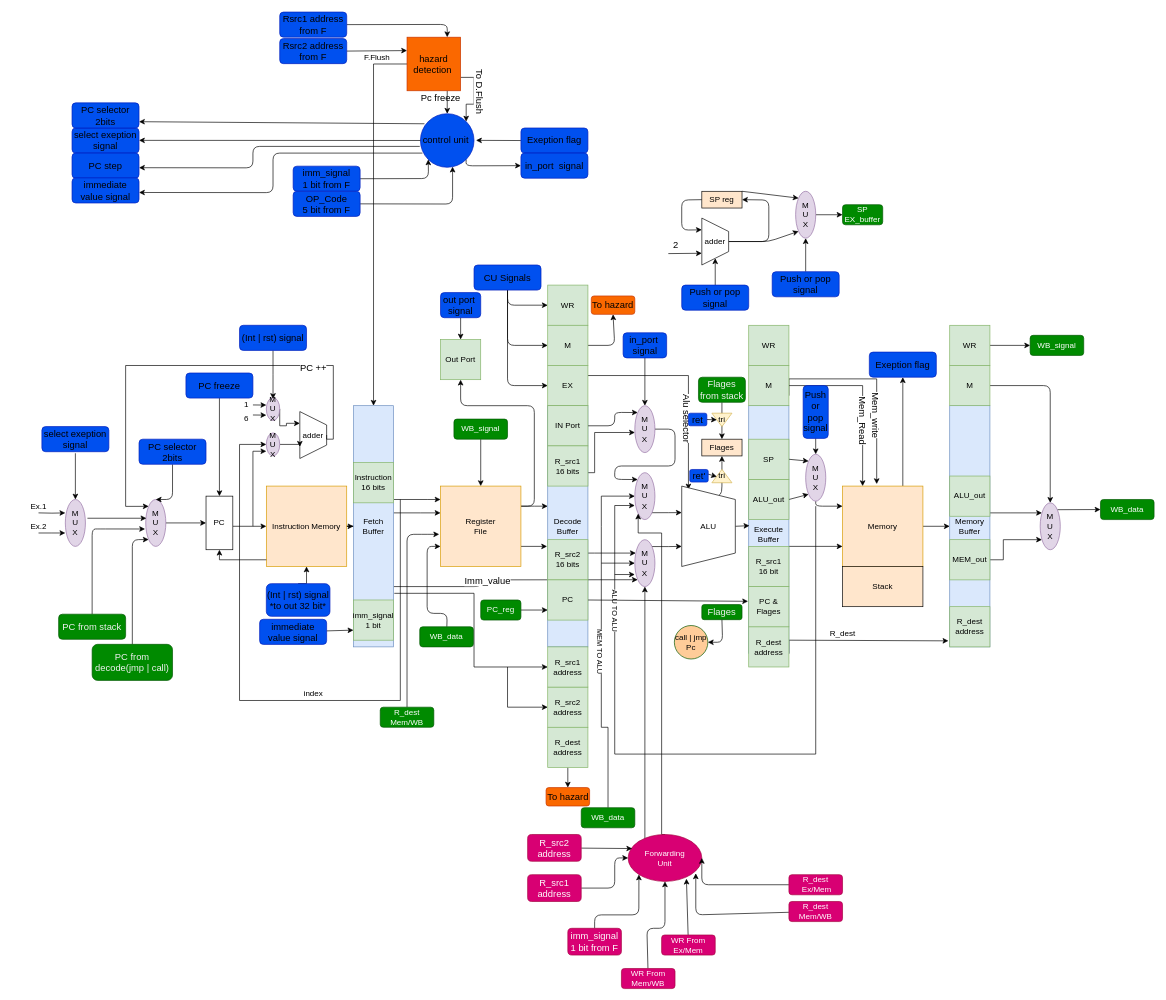
Above: labeled_Schema.drawio in menna15/RISCPiP (draw.io), before the change. Source tidied: cells renumbered, new cells numbered last; positions are measured from the earlier drawing's top-left corner, leaving out a move shared by most shapes. Both pictures are drawn from the tidied source at 67%, with x=0, y=0 at pixel (25, 11).
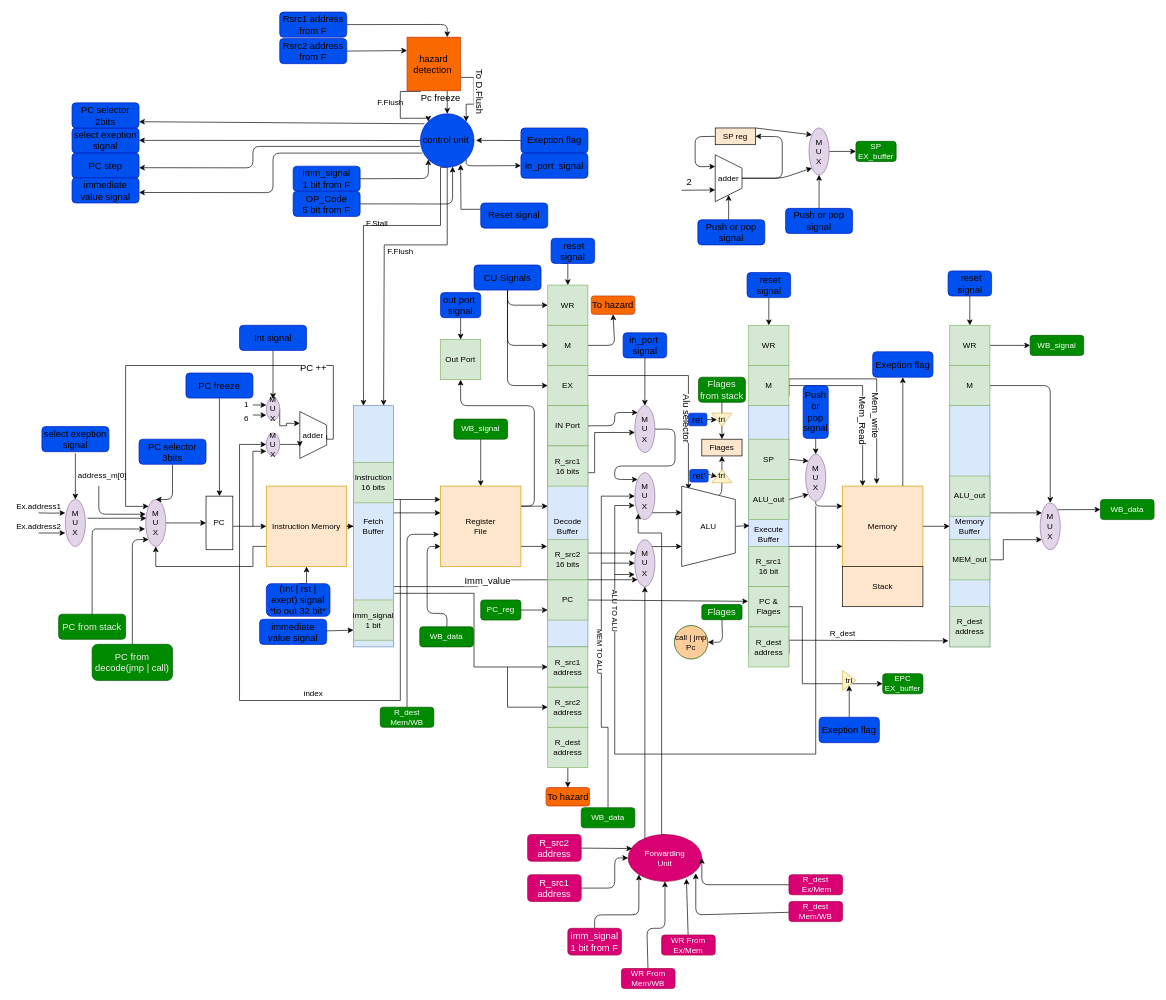
The same diagram, later.

Commit message:
Modifiy schema

Unchanged cells that the change refers to:
```xml
<mxCell id="3" value="&lt;font color=&quot;#000000&quot;&gt;Instruction Memory&lt;/font&gt;" style="whiteSpace=wrap;html=1;fillColor=#ffe6cc;strokeColor=#d79b00;" parent="1" vertex="1">
  <mxGeometry x="360" y="708" width="120" height="120" as="geometry" />
</mxCell>
<mxCell id="5" value="PC" style="rounded=0;whiteSpace=wrap;html=1;direction=south;" parent="1" vertex="1">
  <mxGeometry x="270" y="723" width="40" height="80" as="geometry" />
</mxCell>
<mxCell id="11" value="&lt;div&gt;&lt;font color=&quot;#000000&quot;&gt;Fetch&lt;/font&gt;&lt;/div&gt;&lt;div&gt;&lt;font color=&quot;#000000&quot;&gt;Buffer&lt;/font&gt;&lt;/div&gt;" style="rounded=0;whiteSpace=wrap;html=1;fillColor=#dae8fc;strokeColor=#6c8ebf;" parent="1" vertex="1">
  <mxGeometry x="490" y="588" width="60" height="360" as="geometry" />
</mxCell>
<mxCell id="28" value="&lt;font color=&quot;#000000&quot;&gt;WR&lt;/font&gt;" style="whiteSpace=wrap;html=1;fillColor=#d5e8d4;strokeColor=#82b366;" parent="1" vertex="1">
  <mxGeometry x="780" y="408" width="60" height="60" as="geometry" />
</mxCell>
<mxCell id="56" value="&lt;font color=&quot;#000000&quot;&gt;WR&lt;/font&gt;" style="whiteSpace=wrap;html=1;fillColor=#d5e8d4;strokeColor=#82b366;" parent="1" vertex="1">
  <mxGeometry x="1080" y="468" width="60" height="60" as="geometry" />
</mxCell>
<mxCell id="58" value="&lt;font color=&quot;#000000&quot;&gt;WR&lt;/font&gt;" style="whiteSpace=wrap;html=1;fillColor=#d5e8d4;strokeColor=#82b366;" parent="1" vertex="1">
  <mxGeometry x="1380" y="468" width="60" height="60" as="geometry" />
</mxCell>
<mxCell id="67" value="&lt;div&gt;&lt;font color=&quot;#000000&quot;&gt;M&lt;/font&gt;&lt;/div&gt;&lt;div&gt;&lt;font color=&quot;#000000&quot;&gt;U&lt;/font&gt;&lt;/div&gt;&lt;div&gt;&lt;font color=&quot;#000000&quot;&gt;X&lt;/font&gt;&lt;/div&gt;" style="ellipse;whiteSpace=wrap;html=1;fillColor=#e1d5e7;strokeColor=#9673a6;" parent="1" vertex="1">
  <mxGeometry x="180" y="728" width="30" height="70" as="geometry" />
</mxCell>
<mxCell id="78" value="&lt;font style=&quot;font-size: 14px&quot; color=&quot;#000000&quot;&gt;control unit&amp;nbsp;&lt;/font&gt;" style="ellipse;whiteSpace=wrap;html=1;fillColor=#0050ef;strokeColor=#001DBC;fontColor=#ffffff;" parent="1" vertex="1">
  <mxGeometry x="590" y="152.2" width="80" height="80" as="geometry" />
</mxCell>
<mxCell id="83" value="&lt;font style=&quot;font-size: 14px&quot;&gt;hazard detection&lt;/font&gt;&amp;nbsp;" style="whiteSpace=wrap;html=1;fillColor=#fa6800;strokeColor=#C73500;fontColor=#000000;" parent="1" vertex="1">
  <mxGeometry x="570" y="38" width="80" height="80" as="geometry" />
</mxCell>
<mxCell id="125" value="&lt;font color=&quot;#000000&quot;&gt;PC &amp;amp; Flages&lt;br&gt;&lt;/font&gt;" style="whiteSpace=wrap;html=1;fillColor=#d5e8d4;strokeColor=#82b366;" parent="1" vertex="1">
  <mxGeometry x="1080" y="858" width="60" height="60" as="geometry" />
</mxCell>
```

What changed in the source:
```diff
@@
+    <mxCell id="226" style="edgeStyle=orthogonalEdgeStyle;rounded=0;jettySize=auto;html=1;exitX=0;exitY=0.75;exitDx=0;exitDy=0;entryX=0.5;entryY=1;entryDx=0;entryDy=0;" parent="1" edge="1" source="3" target="67">
+      <mxGeometry relative="1" as="geometry">
+        <Array as="points">
+          <mxPoint x="340" y="798" />
+          <mxPoint x="340" y="828" />
+          <mxPoint x="195" y="828" />
+        </Array>
+      </mxGeometry>
+    </mxCell>
@@
-    <mxCell id="72" value="Ex.1" style="text;html=1;align=center;verticalAlign=middle;fillColor=none;strokeColor=none;rounded=0;" parent="1" vertex="1">
-      <mxGeometry y="728" width="40" height="20" as="geometry" />
+    <mxCell id="72" value="Ex.address1" style="text;html=1;align=center;verticalAlign=middle;fillColor=none;strokeColor=none;rounded=0;" parent="1" vertex="1">
+      <mxGeometry x="-20" y="728" width="80" height="20" as="geometry" />
     </mxCell>
-    <mxCell id="73" value="Ex.2" style="text;html=1;align=center;verticalAlign=middle;fillColor=none;strokeColor=none;rounded=0;" parent="1" vertex="1">
-      <mxGeometry y="758" width="40" height="20" as="geometry" />
+    <mxCell id="73" value="Ex.address2" style="text;html=1;align=center;verticalAlign=middle;fillColor=none;strokeColor=none;rounded=0;" parent="1" vertex="1">
+      <mxGeometry x="-20" y="758" width="80" height="20" as="geometry" />
     </mxCell>
@@
+    <mxCell id="227" style="edgeStyle=orthogonalEdgeStyle;rounded=0;jettySize=auto;html=1;exitX=0.5;exitY=1;exitDx=0;exitDy=0;entryX=0.75;entryY=0;entryDx=0;entryDy=0;" parent="1" edge="1" source="78" target="11">
+      <mxGeometry relative="1" as="geometry">
+        <Array as="points">
+          <mxPoint x="630" y="348" />
+          <mxPoint x="536" y="348" />
+        </Array>
+      </mxGeometry>
+    </mxCell>
+    <mxCell id="228" style="edgeStyle=orthogonalEdgeStyle;rounded=0;jettySize=auto;html=1;exitX=0.5;exitY=1;exitDx=0;exitDy=0;entryX=0.25;entryY=0;entryDx=0;entryDy=0;" parent="1" edge="1" source="78" target="11">
+      <mxGeometry relative="1" as="geometry">
+        <Array as="points">
+          <mxPoint x="620" y="233" />
+          <mxPoint x="620" y="319" />
+          <mxPoint x="505" y="319" />
+        </Array>
+      </mxGeometry>
+    </mxCell>
@@
-    <mxCell id="79" style="edgeStyle=orthogonalEdgeStyle;rounded=0;jettySize=auto;html=1;exitX=0;exitY=0.5;exitDx=0;exitDy=0;entryX=0.5;entryY=0;entryDx=0;entryDy=0;endArrow=classic;endFill=1;" parent="1" edge="1" source="83" target="11">
-      <mxGeometry relative="1" as="geometry" />
-    </mxCell>
@@
+    <mxCell id="229" style="edgeStyle=orthogonalEdgeStyle;rounded=0;jettySize=auto;html=1;exitX=0.25;exitY=1;exitDx=0;exitDy=0;entryX=0;entryY=0;entryDx=0;entryDy=0;" parent="1" edge="1" source="83" target="78">
+      <mxGeometry relative="1" as="geometry">
+        <Array as="points">
+          <mxPoint x="560" y="119" />
+          <mxPoint x="560" y="159" />
+          <mxPoint x="601" y="159" />
+        </Array>
+      </mxGeometry>
+    </mxCell>
@@
-    <mxCell id="84" value="F.Flush" style="text;html=1;align=center;verticalAlign=middle;fillColor=none;strokeColor=none;rounded=0;" parent="1" vertex="1">
-      <mxGeometry x="500" y="58" width="50" height="20" as="geometry" />
+    <mxCell id="84" value="F.Flush" style="text;html=1;align=center;verticalAlign=middle;fillColor=none;strokeColor=none;rounded=0;direction=east;" parent="1" vertex="1">
+      <mxGeometry x="520" y="126" width="50" height="20" as="geometry" />
     </mxCell>
@@
     <mxCell id="112" style="edgeStyle=none;html=1;exitX=0.5;exitY=0;exitDx=0;exitDy=0;entryX=1;entryY=0.5;entryDx=0;entryDy=0;" parent="1" edge="1" source="114" target="121">
       <mxGeometry relative="1" as="geometry">
         <Array as="points">
-          <mxPoint x="1110" y="343" />
-          <mxPoint x="1110" y="281" />
+          <mxPoint x="1130" y="248.5" />
+          <mxPoint x="1130" y="186.5" />
         </Array>
       </mxGeometry>
     </mxCell>
     <mxCell id="113" style="edgeStyle=none;html=1;exitX=0.5;exitY=0;exitDx=0;exitDy=0;entryX=0;entryY=1;entryDx=0;entryDy=0;" parent="1" edge="1" source="114" target="129">
       <mxGeometry relative="1" as="geometry">
         <Array as="points">
-          <mxPoint x="1110" y="343" />
+          <mxPoint x="1130" y="248.5" />
         </Array>
       </mxGeometry>
     </mxCell>
     <mxCell id="114" value="adder" style="shape=trapezoid;perimeter=trapezoidPerimeter;whiteSpace=wrap;html=1;fixedSize=1;direction=south;" parent="1" vertex="1">
-      <mxGeometry x="1010" y="308" width="40" height="70" as="geometry" />
+      <mxGeometry x="1030" y="213.5" width="40" height="70" as="geometry" />
     </mxCell>
@@
     <mxCell id="119" style="edgeStyle=none;html=1;exitX=0;exitY=0.5;exitDx=0;exitDy=0;entryX=0.25;entryY=1;entryDx=0;entryDy=0;" parent="1" edge="1" source="121" target="114">
       <mxGeometry relative="1" as="geometry">
         <Array as="points">
-          <mxPoint x="980" y="281" />
-          <mxPoint x="980" y="326" />
+          <mxPoint x="1000" y="186.5" />
+          <mxPoint x="1000" y="231.5" />
         </Array>
       </mxGeometry>
     </mxCell>
@@
     <mxCell id="121" value="&lt;font color=&quot;#000000&quot;&gt;SP reg&lt;/font&gt;" style="rounded=0;whiteSpace=wrap;html=1;fillColor=#FFE6CC;" parent="1" vertex="1">
-      <mxGeometry x="1010" y="268" width="60" height="25" as="geometry" />
+      <mxGeometry x="1030" y="173.5" width="60" height="25" as="geometry" />
     </mxCell>
     <mxCell id="122" style="endArrow=classic;html=1;entryX=0.75;entryY=1;entryDx=0;entryDy=0;" parent="1" edge="1" target="114">
       <mxGeometry relative="1" as="geometry">
-        <mxPoint x="960" y="361" as="sourcePoint" />
+        <mxPoint x="980" y="266.5" as="sourcePoint" />
       </mxGeometry>
     </mxCell>
@@
-    <mxCell id="124" style="endArrow=classic;html=1;entryX=1;entryY=0.5;entryDx=0;entryDy=0;exitX=0.5;exitY=0;exitDx=0;exitDy=0;" parent="1" edge="1" source="176" target="114">
-      <mxGeometry relative="1" as="geometry" />
+    <mxCell id="124" style="endArrow=classic;html=1;entryX=1;entryY=0.5;entryDx=0;entryDy=0;exitX=0.5;exitY=0;exitDx=0;exitDy=0;" parent="1" edge="1" target="114">
+      <mxGeometry relative="1" as="geometry">
+        <mxPoint x="1050" y="313.5" as="sourcePoint" />
+      </mxGeometry>
     </mxCell>
+    <mxCell id="230" style="edgeStyle=orthogonalEdgeStyle;rounded=0;jettySize=auto;html=1;exitX=1;exitY=0.5;exitDx=0;exitDy=0;entryX=0;entryY=0.5;entryDx=0;entryDy=0;" parent="1" edge="1" source="125" target="235">
+      <mxGeometry relative="1" as="geometry">
+        <Array as="points">
+          <mxPoint x="1160" y="888" />
+          <mxPoint x="1160" y="1003" />
+        </Array>
+      </mxGeometry>
+    </mxCell>
@@
     <mxCell id="128" style="edgeStyle=none;html=1;exitX=1;exitY=0.5;exitDx=0;exitDy=0;" parent="1" edge="1" source="129">
       <mxGeometry relative="1" as="geometry">
-        <mxPoint x="1220" y="303" as="targetPoint" />
+        <mxPoint x="1240" y="208.5" as="targetPoint" />
       </mxGeometry>
     </mxCell>
     <mxCell id="129" value="&lt;div&gt;&lt;font color=&quot;#000000&quot;&gt;M&lt;/font&gt;&lt;/div&gt;&lt;div&gt;&lt;font color=&quot;#000000&quot;&gt;U&lt;/font&gt;&lt;/div&gt;&lt;div&gt;&lt;font color=&quot;#000000&quot;&gt;X&lt;/font&gt;&lt;/div&gt;" style="ellipse;whiteSpace=wrap;html=1;fillColor=#e1d5e7;strokeColor=#9673a6;" parent="1" vertex="1">
-      <mxGeometry x="1150" y="268" width="30" height="70" as="geometry" />
+      <mxGeometry x="1170" y="173.5" width="30" height="70" as="geometry" />
     </mxCell>
@@
-    <mxCell id="139" value="&lt;span style=&quot;font-size: 14px&quot;&gt;&lt;font color=&quot;#000000&quot;&gt;PC selector 2bits&lt;/font&gt;&lt;/span&gt;" style="rounded=1;whiteSpace=wrap;html=1;fillColor=#0050ef;strokeColor=#001DBC;fontColor=#ffffff;" parent="1" vertex="1">
+    <mxCell id="139" value="&lt;span style=&quot;font-size: 14px&quot;&gt;&lt;font color=&quot;#000000&quot;&gt;PC selector 3bits&lt;/font&gt;&lt;/span&gt;" style="rounded=1;whiteSpace=wrap;html=1;fillColor=#0050ef;strokeColor=#001DBC;fontColor=#ffffff;" parent="1" vertex="1">
       <mxGeometry x="170" y="638" width="100" height="37.5" as="geometry" />
     </mxCell>
@@
     <mxCell id="175" value="SP EX_buffer" style="rounded=1;whiteSpace=wrap;html=1;fillColor=#008a00;strokeColor=#005700;fontColor=#ffffff;" parent="1" vertex="1">
-      <mxGeometry x="1220" y="288" width="60" height="30" as="geometry" />
+      <mxGeometry x="1240" y="193.5" width="60" height="30" as="geometry" />
     </mxCell>
     <mxCell id="176" value="&lt;span style=&quot;font-size: 14px&quot;&gt;&lt;font color=&quot;#000000&quot;&gt;Push or pop signal&lt;/font&gt;&lt;/span&gt;" style="rounded=1;whiteSpace=wrap;html=1;fillColor=#0050ef;strokeColor=#001DBC;fontColor=#ffffff;" parent="1" vertex="1">
-      <mxGeometry x="980" y="408" width="100" height="37.5" as="geometry" />
+      <mxGeometry x="1004" y="310.5" width="100" height="37.5" as="geometry" />
     </mxCell>
     <mxCell id="177" value="&lt;span style=&quot;font-size: 14px&quot;&gt;&lt;font color=&quot;#000000&quot;&gt;Push or pop signal&lt;/font&gt;&lt;/span&gt;" style="rounded=1;whiteSpace=wrap;html=1;fillColor=#0050ef;strokeColor=#001DBC;fontColor=#ffffff;" parent="1" vertex="1">
-      <mxGeometry x="1115" y="388" width="100" height="37.5" as="geometry" />
+      <mxGeometry x="1135" y="293.5" width="100" height="37.5" as="geometry" />
     </mxCell>
     <mxCell id="178" value="&lt;span style=&quot;font-size: 14px&quot;&gt;&lt;font color=&quot;#000000&quot;&gt;Exeption flag&lt;/font&gt;&lt;/span&gt;" style="rounded=1;whiteSpace=wrap;html=1;fillColor=#0050ef;strokeColor=#001DBC;fontColor=#ffffff;" parent="1" vertex="1">
-      <mxGeometry x="1260" y="508" width="100" height="37.5" as="geometry" />
+      <mxGeometry x="1265" y="507.5" width="90" height="38" as="geometry" />
     </mxCell>
@@
-    <mxCell id="216" value="&lt;span style=&quot;font-size: 14px&quot;&gt;&lt;font color=&quot;#000000&quot;&gt;(Int | rst) signal&lt;/font&gt;&lt;/span&gt;" style="rounded=1;whiteSpace=wrap;html=1;fillColor=#0050ef;strokeColor=#001DBC;fontColor=#ffffff;" parent="1" vertex="1">
+    <mxCell id="216" value="&lt;span style=&quot;font-size: 14px&quot;&gt;&lt;font color=&quot;#000000&quot;&gt;Int signal&lt;/font&gt;&lt;/span&gt;" style="rounded=1;whiteSpace=wrap;html=1;fillColor=#0050ef;strokeColor=#001DBC;fontColor=#ffffff;" parent="1" vertex="1">
       <mxGeometry x="320" y="468" width="100" height="37.5" as="geometry" />
     </mxCell>
-    <mxCell id="217" style="edgeStyle=orthogonalEdgeStyle;rounded=0;jettySize=auto;html=1;entryX=1;entryY=0.5;entryDx=0;entryDy=0;" parent="1" edge="1" source="3" target="5">
-      <mxGeometry relative="1" as="geometry">
-        <Array as="points">
-          <mxPoint x="290" y="818" />
-        </Array>
-      </mxGeometry>
-    </mxCell>
@@
-    <mxCell id="219" value="&lt;span style=&quot;color: rgb(0 , 0 , 0) ; font-size: 14px&quot;&gt;(Int | rst)&lt;/span&gt;&lt;font color=&quot;#000000&quot;&gt;&lt;span style=&quot;font-size: 14px&quot;&gt;&amp;nbsp;signal *to out 32 bit*&lt;/span&gt;&lt;/font&gt;" style="rounded=1;whiteSpace=wrap;html=1;fillColor=#0050ef;strokeColor=#001DBC;fontColor=#ffffff;" parent="1" vertex="1">
+    <mxCell id="219" value="&lt;span style=&quot;color: rgb(0 , 0 , 0) ; font-size: 14px&quot;&gt;(Int | rst | exept)&lt;/span&gt;&lt;font color=&quot;#000000&quot;&gt;&lt;span style=&quot;font-size: 14px&quot;&gt;&amp;nbsp;signal *to out 32 bit*&lt;/span&gt;&lt;/font&gt;" style="rounded=1;whiteSpace=wrap;html=1;fillColor=#0050ef;strokeColor=#001DBC;fontColor=#ffffff;" parent="1" vertex="1">
       <mxGeometry x="360" y="853.6" width="95" height="48.8" as="geometry" />
     </mxCell>
@@
+    <mxCell id="231" style="endArrow=classic;html=1;entryX=0;entryY=0.314;entryDx=0;entryDy=0;entryPerimeter=0;" parent="1" edge="1" target="67">
+      <mxGeometry relative="1" as="geometry">
+        <mxPoint x="110" y="708" as="sourcePoint" />
+        <Array as="points">
+          <mxPoint x="110" y="750" />
+        </Array>
+      </mxGeometry>
+    </mxCell>
+    <mxCell id="232" value="address_m[0]" style="text;html=1;align=center;verticalAlign=middle;fillColor=none;strokeColor=none;rounded=0;" parent="1" vertex="1">
+      <mxGeometry x="70" y="682.5" width="90" height="20" as="geometry" />
+    </mxCell>
+    <mxCell id="233" value="F.Stall" style="text;html=1;align=center;verticalAlign=middle;fillColor=none;strokeColor=none;rounded=0;direction=east;" parent="1" vertex="1">
+      <mxGeometry x="500" y="305.5" width="50" height="20" as="geometry" />
+    </mxCell>
+    <mxCell id="234" value="F.Flush" style="text;html=1;align=center;verticalAlign=middle;fillColor=none;strokeColor=none;rounded=0;direction=east;" parent="1" vertex="1">
+      <mxGeometry x="535" y="348" width="50" height="20" as="geometry" />
+    </mxCell>
+    <mxCell id="235" value="EPC EX_buffer" style="rounded=1;whiteSpace=wrap;html=1;fillColor=#008a00;strokeColor=#005700;fontColor=#ffffff;" parent="1" vertex="1">
+      <mxGeometry x="1280" y="988" width="60" height="30" as="geometry" />
+    </mxCell>
+    <mxCell id="236" value="&lt;font color=&quot;#000000&quot;&gt;tri&lt;/font&gt;" style="triangle;whiteSpace=wrap;html=1;fillColor=#fff2cc;strokeColor=#d6b656;direction=east;" parent="1" vertex="1">
+      <mxGeometry x="1220" y="983" width="20" height="30" as="geometry" />
+    </mxCell>
+    <mxCell id="237" style="edgeStyle=orthogonalEdgeStyle;rounded=0;jettySize=auto;html=1;exitX=0.5;exitY=0;exitDx=0;exitDy=0;entryX=0.5;entryY=1;entryDx=0;entryDy=0;" parent="1" edge="1" source="238" target="236">
+      <mxGeometry relative="1" as="geometry" />
+    </mxCell>
+    <mxCell id="238" value="&lt;span style=&quot;font-size: 14px&quot;&gt;&lt;font color=&quot;#000000&quot;&gt;Exeption flag&lt;/font&gt;&lt;/span&gt;" style="rounded=1;whiteSpace=wrap;html=1;fillColor=#0050ef;strokeColor=#001DBC;fontColor=#ffffff;" parent="1" vertex="1">
+      <mxGeometry x="1185" y="1053" width="90" height="38" as="geometry" />
+    </mxCell>
+    <mxCell id="239" style="edgeStyle=orthogonalEdgeStyle;rounded=0;jettySize=auto;html=1;exitX=0;exitY=0.25;exitDx=0;exitDy=0;" parent="1" edge="1" source="240">
+      <mxGeometry relative="1" as="geometry">
+        <mxPoint x="650" y="228" as="targetPoint" />
+      </mxGeometry>
+    </mxCell>
+    <mxCell id="240" value="&lt;span style=&quot;font-size: 14px&quot;&gt;&lt;font color=&quot;#000000&quot;&gt;Reset signal&lt;/font&gt;&lt;/span&gt;" style="rounded=1;whiteSpace=wrap;html=1;fillColor=#0050ef;strokeColor=#001DBC;fontColor=#ffffff;" parent="1" vertex="1">
+      <mxGeometry x="680" y="285.5" width="100" height="37.5" as="geometry" />
+    </mxCell>
+    <mxCell id="241" style="edgeStyle=orthogonalEdgeStyle;rounded=0;jettySize=auto;html=1;exitX=0.25;exitY=1;exitDx=0;exitDy=0;entryX=0.5;entryY=0;entryDx=0;entryDy=0;" parent="1" edge="1" source="242" target="28">
+      <mxGeometry relative="1" as="geometry" />
+    </mxCell>
+    <mxCell id="242" value="&lt;span style=&quot;font-size: 14px&quot;&gt;&lt;font color=&quot;#000000&quot;&gt;&amp;nbsp;reset&lt;br&gt;signal&lt;/font&gt;&lt;/span&gt;" style="rounded=1;whiteSpace=wrap;html=1;fillColor=#0050ef;strokeColor=#001DBC;fontColor=#ffffff;" parent="1" vertex="1">
+      <mxGeometry x="785" y="338.2" width="65" height="37.5" as="geometry" />
+    </mxCell>
+    <mxCell id="243" style="edgeStyle=orthogonalEdgeStyle;rounded=0;jettySize=auto;html=1;exitX=0.5;exitY=1;exitDx=0;exitDy=0;entryX=0.5;entryY=0;entryDx=0;entryDy=0;" parent="1" edge="1" source="244" target="58">
+      <mxGeometry relative="1" as="geometry" />
+    </mxCell>
+    <mxCell id="244" value="&lt;span style=&quot;font-size: 14px&quot;&gt;&lt;font color=&quot;#000000&quot;&gt;&amp;nbsp;reset&lt;br&gt;signal&lt;/font&gt;&lt;/span&gt;" style="rounded=1;whiteSpace=wrap;html=1;fillColor=#0050ef;strokeColor=#001DBC;fontColor=#ffffff;" parent="1" vertex="1">
+      <mxGeometry x="1377.5" y="386.8" width="65" height="37.5" as="geometry" />
+    </mxCell>
+    <mxCell id="245" style="edgeStyle=orthogonalEdgeStyle;rounded=0;jettySize=auto;html=1;exitX=0.5;exitY=1;exitDx=0;exitDy=0;entryX=0.5;entryY=0;entryDx=0;entryDy=0;" parent="1" edge="1" source="246" target="56">
+      <mxGeometry relative="1" as="geometry" />
+    </mxCell>
+    <mxCell id="246" value="&lt;span style=&quot;font-size: 14px&quot;&gt;&lt;font color=&quot;#000000&quot;&gt;&amp;nbsp;reset&lt;br&gt;signal&lt;/font&gt;&lt;/span&gt;" style="rounded=1;whiteSpace=wrap;html=1;fillColor=#0050ef;strokeColor=#001DBC;fontColor=#ffffff;" parent="1" vertex="1">
+      <mxGeometry x="1077.5" y="389.2" width="65" height="37.5" as="geometry" />
+    </mxCell>
```
